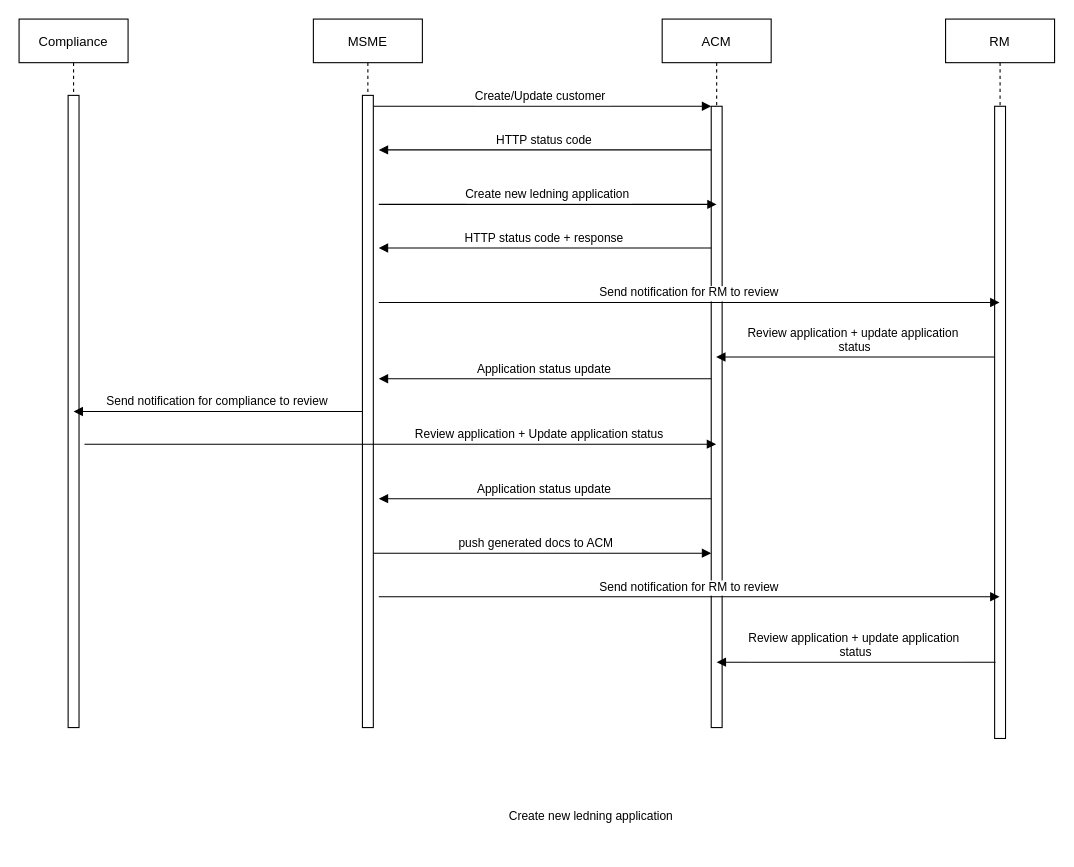
The draw.io diagram Untitled Diagram.drawio in AlmajedHS/draw.io, before the edit. Source tidied: cells renumbered, new cells numbered last; positions are measured from the earlier drawing's top-left corner, leaving out a move shared by most shapes. Both pictures are drawn from the tidied source at 109%, with x=0, y=0 at pixel (19, 19).
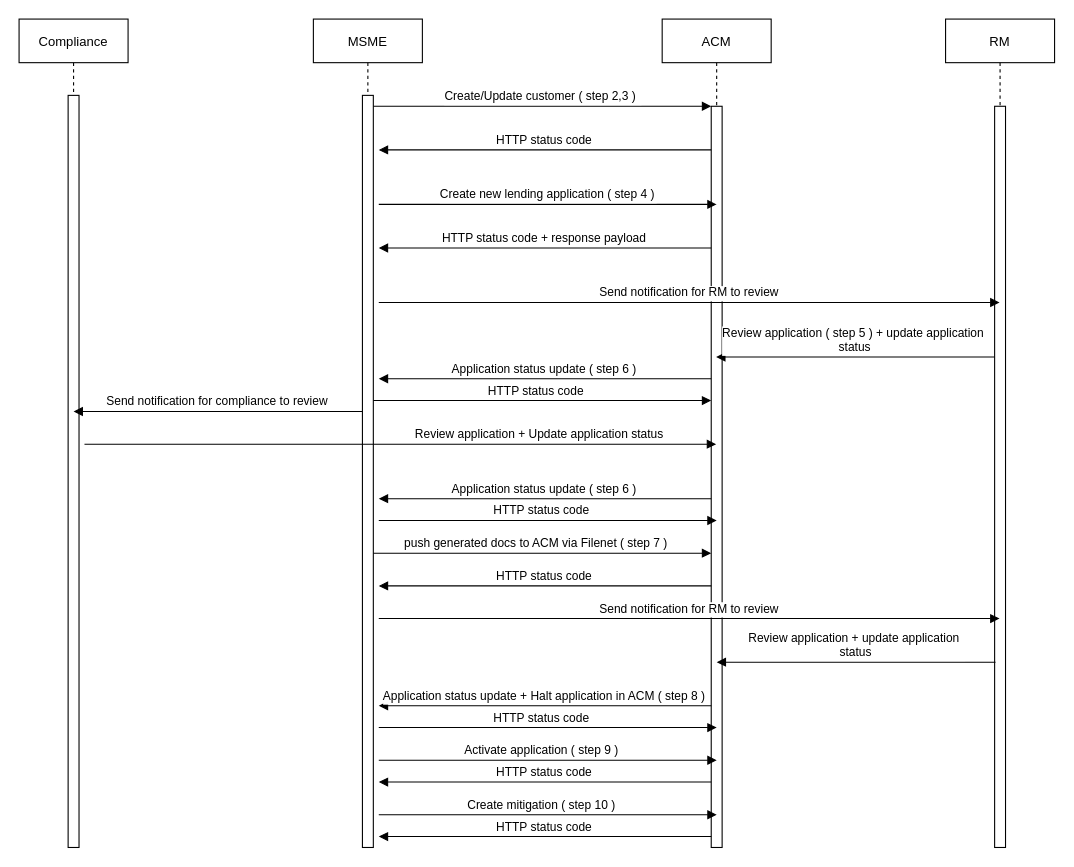
The same diagram, later.

What changed in the source:
```diff
@@
     <mxCell id="2" value="MSME" style="shape=umlLifeline;perimeter=lifelinePerimeter;rounded=0;shadow=0;strokeWidth=1;" parent="1" vertex="1">
-      <mxGeometry x="270" width="100" height="650" as="geometry" />
+      <mxGeometry x="270" width="100" height="760" as="geometry" />
     </mxCell>
     <mxCell id="3" style="points=[];perimeter=orthogonalPerimeter;rounded=0;shadow=0;strokeWidth=1;" parent="2" vertex="1">
-      <mxGeometry x="45" y="70" width="10" height="580" as="geometry" />
+      <mxGeometry x="45" y="70" width="10" height="690" as="geometry" />
     </mxCell>
+    <mxCell id="25" style="verticalAlign=bottom;endArrow=block;entryX=0;entryY=0;shadow=0;strokeWidth=1;" parent="2" edge="1">
+      <mxGeometry x="0.13" y="20" relative="1" as="geometry">
+        <mxPoint x="55" y="350" as="sourcePoint" />
+        <mxPoint x="365" y="350" as="targetPoint" />
+      </mxGeometry>
+    </mxCell>
+    <mxCell id="26" value="HTTP status code" style="edgeLabel;html=1;align=center;verticalAlign=middle;" parent="25" vertex="1">
+      <mxGeometry x="-0.04" y="4" relative="1" as="geometry">
+        <mxPoint x="-1" y="-6" as="offset" />
+      </mxGeometry>
+    </mxCell>
     <mxCell id="4" value="ACM" style="shape=umlLifeline;perimeter=lifelinePerimeter;rounded=0;shadow=0;strokeWidth=1;" parent="1" vertex="1">
-      <mxGeometry x="590" width="100" height="650" as="geometry" />
+      <mxGeometry x="590" width="100" height="760" as="geometry" />
     </mxCell>
     <mxCell id="5" style="points=[];perimeter=orthogonalPerimeter;rounded=0;shadow=0;strokeWidth=1;" parent="4" vertex="1">
-      <mxGeometry x="45" y="80" width="10" height="570" as="geometry" />
+      <mxGeometry x="45" y="80" width="10" height="680" as="geometry" />
     </mxCell>
-    <mxCell id="6" value="Create new ledning application" style="verticalAlign=bottom;endArrow=block;entryX=0;entryY=0;shadow=0;strokeWidth=1;" parent="4" edge="1">
-      <mxGeometry x="0.29" y="-250" relative="1" as="geometry">
+    <mxCell id="6" style="verticalAlign=bottom;endArrow=block;entryX=0;entryY=0;shadow=0;strokeWidth=1;" parent="4" edge="1">
+      <mxGeometry x="0.13" y="20" relative="1" as="geometry">
         <mxPoint x="-265" y="490" as="sourcePoint" />
         <mxPoint x="45" y="490" as="targetPoint" />
       </mxGeometry>
     </mxCell>
-    <mxCell id="7" value="push generated docs to ACM" style="edgeLabel;html=1;align=center;verticalAlign=middle;" parent="6" vertex="1">
+    <mxCell id="7" value="push generated docs to ACM via Filenet ( step 7 )" style="edgeLabel;html=1;align=center;verticalAlign=middle;" parent="6" vertex="1">
       <mxGeometry x="-0.04" y="4" relative="1" as="geometry">
         <mxPoint x="-1" y="-6" as="offset" />
       </mxGeometry>
     </mxCell>
-    <mxCell id="8" value="Create/Update customer " style="verticalAlign=bottom;endArrow=block;entryX=0;entryY=0;shadow=0;strokeWidth=1;" parent="1" edge="1" source="3" target="5">
+    <mxCell id="8" value="Create/Update customer ( step 2,3 ) " style="verticalAlign=bottom;endArrow=block;entryX=0;entryY=0;shadow=0;strokeWidth=1;" parent="1" edge="1" source="3" target="5">
       <mxGeometry relative="1" as="geometry" />
     </mxCell>
@@
-    <mxCell id="10" value="Create new ledning application" style="verticalAlign=bottom;endArrow=block;entryX=0;entryY=0;shadow=0;strokeWidth=1;" parent="1" edge="1">
+    <mxCell id="10" value="Create new lending application ( step 4 )" style="verticalAlign=bottom;endArrow=block;entryX=0;entryY=0;shadow=0;strokeWidth=1;" parent="1" edge="1">
       <mxGeometry relative="1" as="geometry">
         <mxPoint x="330" y="170" as="sourcePoint" />
         <mxPoint x="640" y="170" as="targetPoint" />
       </mxGeometry>
     </mxCell>
-    <mxCell id="11" value="HTTP status code + response" style="verticalAlign=bottom;endArrow=block;entryX=1;entryY=0;shadow=0;strokeWidth=1;" parent="1" edge="1">
+    <mxCell id="11" value="HTTP status code + response payload" style="verticalAlign=bottom;endArrow=block;entryX=1;entryY=0;shadow=0;strokeWidth=1;" parent="1" edge="1">
       <mxGeometry relative="1" as="geometry">
         <mxPoint x="635" y="210" as="sourcePoint" />
         <mxPoint x="330" y="210" as="targetPoint" />
       </mxGeometry>
     </mxCell>
     <mxCell id="12" value="RM" style="shape=umlLifeline;perimeter=lifelinePerimeter;rounded=0;shadow=0;strokeWidth=1;" parent="1" vertex="1">
-      <mxGeometry x="850" width="100" height="660" as="geometry" />
+      <mxGeometry x="850" width="100" height="760" as="geometry" />
     </mxCell>
     <mxCell id="13" style="perimeter=orthogonalPerimeter;rounded=0;shadow=0;strokeWidth=1;" parent="12" vertex="1">
-      <mxGeometry x="45" y="80" width="10" height="580" as="geometry" />
+      <mxGeometry x="45" y="80" width="10" height="680" as="geometry" />
     </mxCell>
-    <mxCell id="14" value="Review application + update application &#10;status" style="verticalAlign=bottom;endArrow=block;shadow=0;strokeWidth=1;" parent="12" edge="1" target="4">
+    <mxCell id="14" value="Review application ( step 5 ) + update application &#10;status" style="verticalAlign=bottom;endArrow=block;shadow=0;strokeWidth=1;" parent="12" edge="1" target="4">
       <mxGeometry relative="1" as="geometry">
         <mxPoint x="45" y="310" as="sourcePoint" />
+        <Array as="points">
+          <mxPoint x="-110" y="310" />
+        </Array>
       </mxGeometry>
     </mxCell>
@@
-    <mxCell id="16" value="Application status update" style="verticalAlign=bottom;endArrow=block;entryX=1;entryY=0;shadow=0;strokeWidth=1;" parent="1" edge="1">
+    <mxCell id="16" value="Application status update ( step 6 )" style="verticalAlign=bottom;endArrow=block;entryX=1;entryY=0;shadow=0;strokeWidth=1;" parent="1" edge="1">
       <mxGeometry relative="1" as="geometry">
         <mxPoint x="635" y="330" as="sourcePoint" />
         <mxPoint x="330" y="330" as="targetPoint" />
       </mxGeometry>
     </mxCell>
     <mxCell id="17" value="Compliance" style="shape=umlLifeline;perimeter=lifelinePerimeter;rounded=0;shadow=0;strokeWidth=1;" parent="1" vertex="1">
-      <mxGeometry width="100" height="650" as="geometry" />
+      <mxGeometry width="100" height="760" as="geometry" />
     </mxCell>
     <mxCell id="18" style="perimeter=orthogonalPerimeter;rounded=0;shadow=0;strokeWidth=1;" parent="17" vertex="1">
-      <mxGeometry x="45" y="70" width="10" height="580" as="geometry" />
+      <mxGeometry x="45" y="70" width="10" height="690" as="geometry" />
     </mxCell>
@@
-    <mxCell id="22" value="Application status update" style="verticalAlign=bottom;endArrow=block;entryX=1;entryY=0;shadow=0;strokeWidth=1;" parent="1" edge="1">
+    <mxCell id="22" value="Application status update ( step 6 )" style="verticalAlign=bottom;endArrow=block;entryX=1;entryY=0;shadow=0;strokeWidth=1;" parent="1" edge="1">
       <mxGeometry relative="1" as="geometry">
         <mxPoint x="635" y="440" as="sourcePoint" />
         <mxPoint x="330" y="440" as="targetPoint" />
       </mxGeometry>
     </mxCell>
     <mxCell id="23" value="Send notification for RM to review" style="verticalAlign=bottom;endArrow=block;shadow=0;strokeWidth=1;" parent="1" edge="1">
       <mxGeometry relative="1" as="geometry">
-        <mxPoint x="330" y="530" as="sourcePoint" />
-        <mxPoint x="899.5" y="530" as="targetPoint" />
+        <mxPoint x="330" y="550" as="sourcePoint" />
+        <mxPoint x="899.5" y="550" as="targetPoint" />
       </mxGeometry>
     </mxCell>
@@
+    <mxCell id="27" value="Application status update + Halt application in ACM ( step 8 )" style="verticalAlign=bottom;endArrow=block;entryX=1;entryY=0;shadow=0;strokeWidth=1;" parent="1" edge="1">
+      <mxGeometry relative="1" as="geometry">
+        <mxPoint x="635" y="630" as="sourcePoint" />
+        <mxPoint x="330" y="630" as="targetPoint" />
+      </mxGeometry>
+    </mxCell>
+    <mxCell id="28" style="verticalAlign=bottom;endArrow=block;entryX=0;entryY=0;shadow=0;strokeWidth=1;" parent="1" edge="1">
+      <mxGeometry x="0.13" y="20" relative="1" as="geometry">
+        <mxPoint x="330" y="680" as="sourcePoint" />
+        <mxPoint x="640" y="680" as="targetPoint" />
+      </mxGeometry>
+    </mxCell>
+    <mxCell id="29" value="Activate application ( step 9 )" style="edgeLabel;html=1;align=center;verticalAlign=middle;" parent="28" vertex="1">
+      <mxGeometry x="-0.04" y="4" relative="1" as="geometry">
+        <mxPoint x="-1" y="-6" as="offset" />
+      </mxGeometry>
+    </mxCell>
+    <mxCell id="30" style="verticalAlign=bottom;endArrow=block;entryX=0;entryY=0;shadow=0;strokeWidth=1;" parent="1" edge="1">
+      <mxGeometry x="0.13" y="20" relative="1" as="geometry">
+        <mxPoint x="330" y="730" as="sourcePoint" />
+        <mxPoint x="640" y="730" as="targetPoint" />
+      </mxGeometry>
+    </mxCell>
+    <mxCell id="31" value="Create mitigation ( step 10 )" style="edgeLabel;html=1;align=center;verticalAlign=middle;" parent="30" vertex="1">
+      <mxGeometry x="-0.04" y="4" relative="1" as="geometry">
+        <mxPoint x="-1" y="-6" as="offset" />
+      </mxGeometry>
+    </mxCell>
+    <mxCell id="32" value="HTTP status code" style="verticalAlign=bottom;endArrow=block;entryX=1;entryY=0;shadow=0;strokeWidth=1;" parent="1" edge="1">
+      <mxGeometry relative="1" as="geometry">
+        <mxPoint x="635" y="520" as="sourcePoint" />
+        <mxPoint x="330" y="520" as="targetPoint" />
+      </mxGeometry>
+    </mxCell>
+    <mxCell id="33" value="HTTP status code" style="verticalAlign=bottom;endArrow=block;entryX=1;entryY=0;shadow=0;strokeWidth=1;" parent="1" edge="1">
+      <mxGeometry relative="1" as="geometry">
+        <mxPoint x="635" y="700" as="sourcePoint" />
+        <mxPoint x="330" y="700" as="targetPoint" />
+      </mxGeometry>
+    </mxCell>
+    <mxCell id="34" value="HTTP status code" style="verticalAlign=bottom;endArrow=block;entryX=1;entryY=0;shadow=0;strokeWidth=1;" parent="1" edge="1">
+      <mxGeometry relative="1" as="geometry">
+        <mxPoint x="635" y="750" as="sourcePoint" />
+        <mxPoint x="330" y="750" as="targetPoint" />
+      </mxGeometry>
+    </mxCell>
+    <mxCell id="35" style="verticalAlign=bottom;endArrow=block;entryX=0;entryY=0;shadow=0;strokeWidth=1;" parent="1" edge="1">
+      <mxGeometry x="0.13" y="20" relative="1" as="geometry">
+        <mxPoint x="330" y="460" as="sourcePoint" />
+        <mxPoint x="640" y="460" as="targetPoint" />
+      </mxGeometry>
+    </mxCell>
+    <mxCell id="36" value="HTTP status code" style="edgeLabel;html=1;align=center;verticalAlign=middle;" parent="35" vertex="1">
+      <mxGeometry x="-0.04" y="4" relative="1" as="geometry">
+        <mxPoint x="-1" y="-6" as="offset" />
+      </mxGeometry>
+    </mxCell>
+    <mxCell id="37" style="verticalAlign=bottom;endArrow=block;entryX=0;entryY=0;shadow=0;strokeWidth=1;" parent="1" edge="1">
+      <mxGeometry x="0.13" y="20" relative="1" as="geometry">
+        <mxPoint x="330" y="650" as="sourcePoint" />
+        <mxPoint x="640" y="650" as="targetPoint" />
+      </mxGeometry>
+    </mxCell>
+    <mxCell id="38" value="HTTP status code" style="edgeLabel;html=1;align=center;verticalAlign=middle;" parent="37" vertex="1">
+      <mxGeometry x="-0.04" y="4" relative="1" as="geometry">
+        <mxPoint x="-1" y="-6" as="offset" />
+      </mxGeometry>
+    </mxCell>
```
